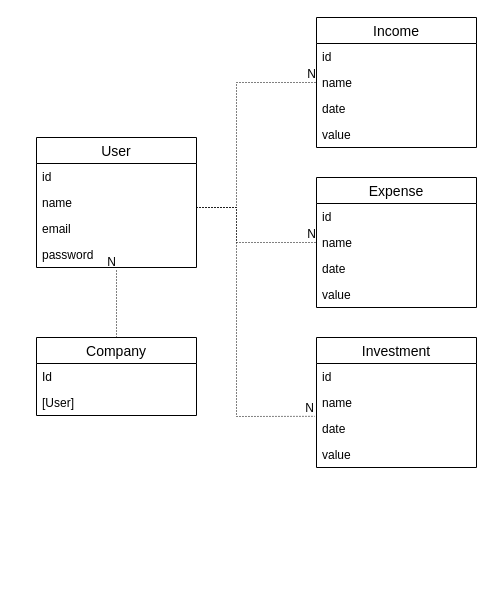
This is demo.drawio from cbasdev/tecspense-api, a draw.io file, before an edit. Source tidied: cells renumbered, new cells numbered last; positions are measured from the earlier drawing's top-left corner, leaving out a move shared by most shapes. Both pictures are drawn from the tidied source at 100%, with x=0, y=0 at pixel (36, 17).
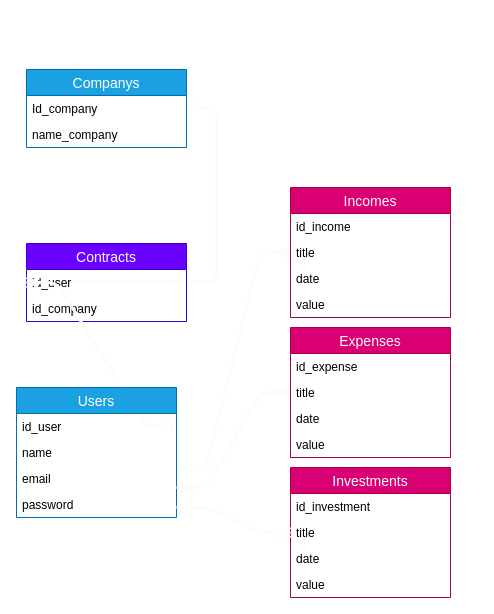
The same diagram, later.

Commit message (it also covers changes not shown here):
build database structure

The change refers to these unchanged cells:
```xml
<mxCell id="22" value="date" style="text;strokeColor=none;fillColor=none;spacingLeft=4;spacingRight=4;overflow=hidden;points=[[0,0.5],[1,0.5]];portConstraint=eastwest;fontSize=12;" parent="19" vertex="1">
  <mxGeometry y="78" width="160" height="26" as="geometry" />
</mxCell>
```

The edit, as a diff of the source:
```diff
@@
+    <mxCell id="33" style="edgeStyle=entityRelationEdgeStyle;fontSize=12;html=1;endArrow=ERoneToMany;startArrow=ERmandOne;strokeColor=#FCFCFC;strokeWidth=3;entryX=0;entryY=0.5;entryDx=0;entryDy=0;" parent="1" edge="1" target="34">
+      <mxGeometry relative="1" as="geometry">
+        <mxPoint x="150" y="90" as="sourcePoint" />
+      </mxGeometry>
+    </mxCell>
+    <mxCell id="28" value="Companys" style="swimlane;fontStyle=0;horizontal=1;startSize=26;align=center;fontSize=14;fillColor=#1ba1e2;strokeColor=#006EAF;fontColor=#ffffff;" parent="1" vertex="1">
+      <mxGeometry x="-10" y="52" width="160" height="78" as="geometry" />
+    </mxCell>
+    <mxCell id="29" value="Id_company&#10;&#10;" style="text;strokeColor=none;fillColor=none;spacingLeft=4;spacingRight=4;overflow=hidden;fontSize=12;" parent="28" vertex="1">
+      <mxGeometry y="26" width="160" height="26" as="geometry" />
+    </mxCell>
+    <mxCell id="30" value="name_company" style="text;strokeColor=none;fillColor=none;spacingLeft=4;spacingRight=4;overflow=hidden;fontSize=12;" parent="28" vertex="1">
+      <mxGeometry y="52" width="160" height="26" as="geometry" />
+    </mxCell>
+    <mxCell id="32" value="Contracts" style="swimlane;fontStyle=0;horizontal=1;startSize=26;align=center;fontSize=14;fillColor=#6a00ff;strokeColor=#3700CC;fontColor=#ffffff;" parent="1" vertex="1">
+      <mxGeometry x="-10" y="226" width="160" height="78" as="geometry" />
+    </mxCell>
+    <mxCell id="34" value="id_user&#10;" style="text;strokeColor=none;fillColor=none;spacingLeft=4;spacingRight=4;overflow=hidden;points=[[0,0.5],[1,0.5]];portConstraint=eastwest;fontSize=12;" parent="32" vertex="1">
+      <mxGeometry y="26" width="160" height="26" as="geometry" />
+    </mxCell>
+    <mxCell id="35" value="id_company" style="text;strokeColor=none;fillColor=none;spacingLeft=4;spacingRight=4;overflow=hidden;fontSize=12;" parent="32" vertex="1">
+      <mxGeometry y="52" width="160" height="26" as="geometry" />
+    </mxCell>
+    <mxCell id="36" style="edgeStyle=entityRelationEdgeStyle;fontSize=12;html=1;endArrow=ERoneToMany;startArrow=ERmandOne;strokeColor=#FCFCFC;strokeWidth=3;entryX=0;entryY=0.5;entryDx=0;entryDy=0;exitX=1;exitY=0.5;exitDx=0;exitDy=0;" parent="1" edge="1" source="8" target="34">
+      <mxGeometry relative="1" as="geometry" />
+    </mxCell>
+    <mxCell id="37" style="edgeStyle=entityRelationEdgeStyle;fontSize=12;html=1;endArrow=ERoneToMany;startArrow=ERzeroToOne;strokeColor=#FCFCFC;strokeWidth=3;entryX=0;entryY=0.5;entryDx=0;entryDy=0;exitX=0.995;exitY=1.096;exitDx=0;exitDy=0;exitPerimeter=0;" parent="1" edge="1" source="9" target="4">
+      <mxGeometry relative="1" as="geometry" />
+    </mxCell>
+    <mxCell id="7" value="Users" style="swimlane;fontStyle=0;horizontal=1;startSize=26;align=center;fontSize=14;fillColor=#1ba1e2;strokeColor=#006EAF;fontColor=#ffffff;" parent="1" vertex="1">
+      <mxGeometry x="-20" y="370" width="160" height="130" as="geometry" />
+    </mxCell>
+    <mxCell id="8" value="id_user" style="text;strokeColor=none;fillColor=none;spacingLeft=4;spacingRight=4;overflow=hidden;points=[[0,0.5],[1,0.5]];portConstraint=eastwest;fontSize=12;" parent="7" vertex="1">
+      <mxGeometry y="26" width="160" height="26" as="geometry" />
+    </mxCell>
+    <mxCell id="9" value="name&#10;" style="text;strokeColor=none;fillColor=none;spacingLeft=4;spacingRight=4;overflow=hidden;points=[[0,0.5],[1,0.5]];portConstraint=eastwest;fontSize=12;" parent="7" vertex="1">
+      <mxGeometry y="52" width="160" height="26" as="geometry" />
+    </mxCell>
+    <mxCell id="10" value="email&#10;" style="text;strokeColor=none;fillColor=none;spacingLeft=4;spacingRight=4;overflow=hidden;fontSize=12;" parent="7" vertex="1">
+      <mxGeometry y="78" width="160" height="26" as="geometry" />
+    </mxCell>
+    <mxCell id="11" value="password" style="text;strokeColor=none;fillColor=none;spacingLeft=4;spacingRight=4;overflow=hidden;points=[[0,0.5],[1,0.5]];portConstraint=eastwest;fontSize=12;" parent="7" vertex="1">
+      <mxGeometry y="104" width="160" height="26" as="geometry" />
+    </mxCell>
+    <mxCell id="38" style="edgeStyle=entityRelationEdgeStyle;fontSize=12;html=1;endArrow=ERzeroToMany;startArrow=ERzeroToOne;strokeColor=#FCFCFC;strokeWidth=3;entryX=0;entryY=0.5;entryDx=0;entryDy=0;" parent="1" edge="1" target="16">
+      <mxGeometry relative="1" as="geometry">
+        <mxPoint x="140" y="470" as="sourcePoint" />
+      </mxGeometry>
+    </mxCell>
-    <mxCell id="2" value="Income" style="swimlane;fontStyle=0;horizontal=1;startSize=26;align=center;fontSize=14;" parent="1" vertex="1">
-      <mxGeometry x="280" width="160" height="130" as="geometry" />
+    <mxCell id="2" value="Incomes" style="swimlane;fontStyle=0;horizontal=1;startSize=26;align=center;fontSize=14;fillColor=#d80073;strokeColor=#A50040;fontColor=#ffffff;" parent="1" vertex="1">
+      <mxGeometry x="254" y="170" width="160" height="130" as="geometry" />
     </mxCell>
-    <mxCell id="3" value="id" style="text;strokeColor=none;fillColor=none;spacingLeft=4;spacingRight=4;overflow=hidden;fontSize=12;" parent="2" vertex="1">
+    <mxCell id="3" value="id_income&#10;" style="text;strokeColor=none;fillColor=none;spacingLeft=4;spacingRight=4;overflow=hidden;fontSize=12;" parent="2" vertex="1">
       <mxGeometry y="26" width="160" height="26" as="geometry" />
     </mxCell>
-    <mxCell id="4" value="name" style="text;strokeColor=none;fillColor=none;spacingLeft=4;spacingRight=4;overflow=hidden;points=[[0,0.5],[1,0.5]];portConstraint=eastwest;fontSize=12;" parent="2" vertex="1">
+    <mxCell id="4" value="title" style="text;strokeColor=none;fillColor=none;spacingLeft=4;spacingRight=4;overflow=hidden;points=[[0,0.5],[1,0.5]];portConstraint=eastwest;fontSize=12;" parent="2" vertex="1">
       <mxGeometry y="52" width="160" height="26" as="geometry" />
     </mxCell>
@@
-    <mxCell id="7" value="User" style="swimlane;fontStyle=0;horizontal=1;startSize=26;align=center;fontSize=14;" parent="1" vertex="1">
-      <mxGeometry y="120" width="160" height="130" as="geometry" />
-    </mxCell>
-    <mxCell id="8" value="id&#10;" style="text;strokeColor=none;fillColor=none;spacingLeft=4;spacingRight=4;overflow=hidden;points=[[0,0.5],[1,0.5]];portConstraint=eastwest;fontSize=12;" parent="7" vertex="1">
-      <mxGeometry y="26" width="160" height="26" as="geometry" />
-    </mxCell>
-    <mxCell id="9" value="name&#10;" style="text;strokeColor=none;fillColor=none;spacingLeft=4;spacingRight=4;overflow=hidden;points=[[0,0.5],[1,0.5]];portConstraint=eastwest;fontSize=12;" parent="7" vertex="1">
-      <mxGeometry y="52" width="160" height="26" as="geometry" />
-    </mxCell>
-    <mxCell id="10" value="email&#10;" style="text;strokeColor=none;fillColor=none;spacingLeft=4;spacingRight=4;overflow=hidden;fontSize=12;" parent="7" vertex="1">
-      <mxGeometry y="78" width="160" height="26" as="geometry" />
-    </mxCell>
-    <mxCell id="11" value="password" style="text;strokeColor=none;fillColor=none;spacingLeft=4;spacingRight=4;overflow=hidden;points=[[0,0.5],[1,0.5]];portConstraint=eastwest;fontSize=12;" parent="7" vertex="1">
-      <mxGeometry y="104" width="160" height="26" as="geometry" />
-    </mxCell>
-    <mxCell id="12" value="Expense" style="swimlane;fontStyle=0;horizontal=1;startSize=26;align=center;fontSize=14;" parent="1" vertex="1">
-      <mxGeometry x="280" y="160" width="160" height="130" as="geometry" />
+    <mxCell id="12" value="Expenses" style="swimlane;fontStyle=0;horizontal=1;startSize=26;align=center;fontSize=14;fillColor=#d80073;strokeColor=#A50040;fontColor=#ffffff;" parent="1" vertex="1">
+      <mxGeometry x="254" y="310" width="160" height="130" as="geometry" />
     </mxCell>
-    <mxCell id="13" style="endArrow=none;html=1;rounded=0;dashed=1;dashPattern=1 2;entryX=0;entryY=0.5;entryDx=0;entryDy=0;" parent="12" edge="1" target="16">
-      <mxGeometry relative="1" as="geometry">
-        <mxPoint x="-120" y="30" as="sourcePoint" />
-        <Array as="points">
-          <mxPoint x="-80" y="30" />
-          <mxPoint x="-80" y="65" />
-        </Array>
-      </mxGeometry>
-    </mxCell>
-    <mxCell id="14" value="N" style="html=1;align=right;verticalAlign=bottom;" parent="13" vertex="1">
-      <mxGeometry x="1" relative="1" as="geometry" />
-    </mxCell>
-    <mxCell id="15" value="id" style="text;strokeColor=none;fillColor=none;spacingLeft=4;spacingRight=4;overflow=hidden;fontSize=12;" parent="12" vertex="1">
+    <mxCell id="15" value="id_expense" style="text;strokeColor=none;fillColor=none;spacingLeft=4;spacingRight=4;overflow=hidden;fontSize=12;" parent="12" vertex="1">
       <mxGeometry y="26" width="160" height="26" as="geometry" />
     </mxCell>
-    <mxCell id="16" value="name" style="text;strokeColor=none;fillColor=none;spacingLeft=4;spacingRight=4;overflow=hidden;points=[[0,0.5],[1,0.5]];portConstraint=eastwest;fontSize=12;" parent="12" vertex="1">
+    <mxCell id="16" value="title&#10;" style="text;strokeColor=none;fillColor=none;spacingLeft=4;spacingRight=4;overflow=hidden;points=[[0,0.5],[1,0.5]];portConstraint=eastwest;fontSize=12;" parent="12" vertex="1">
       <mxGeometry y="52" width="160" height="26" as="geometry" />
     </mxCell>
@@
-    <mxCell id="19" value="Investment" style="swimlane;fontStyle=0;horizontal=1;startSize=26;align=center;fontSize=14;" parent="1" vertex="1">
-      <mxGeometry x="280" y="320" width="160" height="130" as="geometry" />
+    <mxCell id="19" value="Investments" style="swimlane;fontStyle=0;horizontal=1;startSize=26;align=center;fontSize=14;fillColor=#d80073;strokeColor=#A50040;fontColor=#ffffff;" parent="1" vertex="1">
+      <mxGeometry x="254" y="450" width="160" height="130" as="geometry" />
     </mxCell>
-    <mxCell id="20" value="id" style="text;strokeColor=none;fillColor=none;spacingLeft=4;spacingRight=4;overflow=hidden;fontSize=12;" parent="19" vertex="1">
+    <mxCell id="20" value="id_investment" style="text;strokeColor=none;fillColor=none;spacingLeft=4;spacingRight=4;overflow=hidden;fontSize=12;" parent="19" vertex="1">
       <mxGeometry y="26" width="160" height="26" as="geometry" />
     </mxCell>
-    <mxCell id="21" value="name" style="text;strokeColor=none;fillColor=none;spacingLeft=4;spacingRight=4;overflow=hidden;points=[[0,0.5],[1,0.5]];portConstraint=eastwest;fontSize=12;" parent="19" vertex="1">
+    <mxCell id="21" value="title" style="text;strokeColor=none;fillColor=none;spacingLeft=4;spacingRight=4;overflow=hidden;points=[[0,0.5],[1,0.5]];portConstraint=eastwest;fontSize=12;" parent="19" vertex="1">
       <mxGeometry y="52" width="160" height="26" as="geometry" />
     </mxCell>
@@
-    <mxCell id="24" style="endArrow=none;html=1;rounded=0;dashed=1;dashPattern=1 2;entryX=0;entryY=0.5;entryDx=0;entryDy=0;" parent="1" edge="1" target="4">
-      <mxGeometry relative="1" as="geometry">
-        <mxPoint x="160" y="190" as="sourcePoint" />
-        <Array as="points">
-          <mxPoint x="200" y="190" />
-          <mxPoint x="200" y="65" />
-        </Array>
-      </mxGeometry>
-    </mxCell>
-    <mxCell id="25" value="N" style="html=1;align=right;verticalAlign=bottom;" parent="24" vertex="1">
-      <mxGeometry x="1" relative="1" as="geometry" />
-    </mxCell>
-    <mxCell id="26" style="endArrow=none;html=1;rounded=0;dashed=1;dashPattern=1 2;entryX=-0.01;entryY=0.032;entryDx=0;entryDy=0;entryPerimeter=0;" parent="1" edge="1" target="22">
-      <mxGeometry relative="1" as="geometry">
-        <mxPoint x="160" y="190" as="sourcePoint" />
-        <Array as="points">
-          <mxPoint x="200" y="190" />
-          <mxPoint x="200" y="399" />
-        </Array>
-      </mxGeometry>
-    </mxCell>
-    <mxCell id="27" value="N" style="html=1;align=right;verticalAlign=bottom;" parent="26" vertex="1">
-      <mxGeometry x="1" relative="1" as="geometry" />
-    </mxCell>
-    <mxCell id="28" value="Company" style="swimlane;fontStyle=0;horizontal=1;startSize=26;align=center;fontSize=14;" parent="1" vertex="1">
-      <mxGeometry y="320" width="160" height="78" as="geometry" />
-    </mxCell>
-    <mxCell id="29" value="Id&#10;" style="text;strokeColor=none;fillColor=none;spacingLeft=4;spacingRight=4;overflow=hidden;fontSize=12;" parent="28" vertex="1">
-      <mxGeometry y="26" width="160" height="26" as="geometry" />
-    </mxCell>
-    <mxCell id="30" value="[User]" style="text;strokeColor=none;fillColor=none;spacingLeft=4;spacingRight=4;overflow=hidden;fontSize=12;" parent="28" vertex="1">
-      <mxGeometry y="52" width="160" height="26" as="geometry" />
-    </mxCell>
-    <mxCell id="31" style="endArrow=none;html=1;rounded=0;dashed=1;dashPattern=1 2;entryX=0.5;entryY=1.115;entryDx=0;entryDy=0;entryPerimeter=0;exitX=0.5;exitY=0;exitDx=0;exitDy=0;" parent="1" edge="1" source="28" target="11">
-      <mxGeometry relative="1" as="geometry" />
-    </mxCell>
-    <mxCell id="32" value="N" style="html=1;align=right;verticalAlign=bottom;" parent="31" vertex="1">
-      <mxGeometry x="1" relative="1" as="geometry" />
-    </mxCell>
+    <mxCell id="39" style="edgeStyle=entityRelationEdgeStyle;fontSize=12;html=1;endArrow=ERzeroToMany;startArrow=ERmandOne;strokeColor=#FCFCFC;strokeWidth=3;entryX=0;entryY=0.5;entryDx=0;entryDy=0;" parent="1" edge="1" target="21">
+      <mxGeometry relative="1" as="geometry">
+        <mxPoint x="140" y="490" as="sourcePoint" />
+      </mxGeometry>
+    </mxCell>
```
